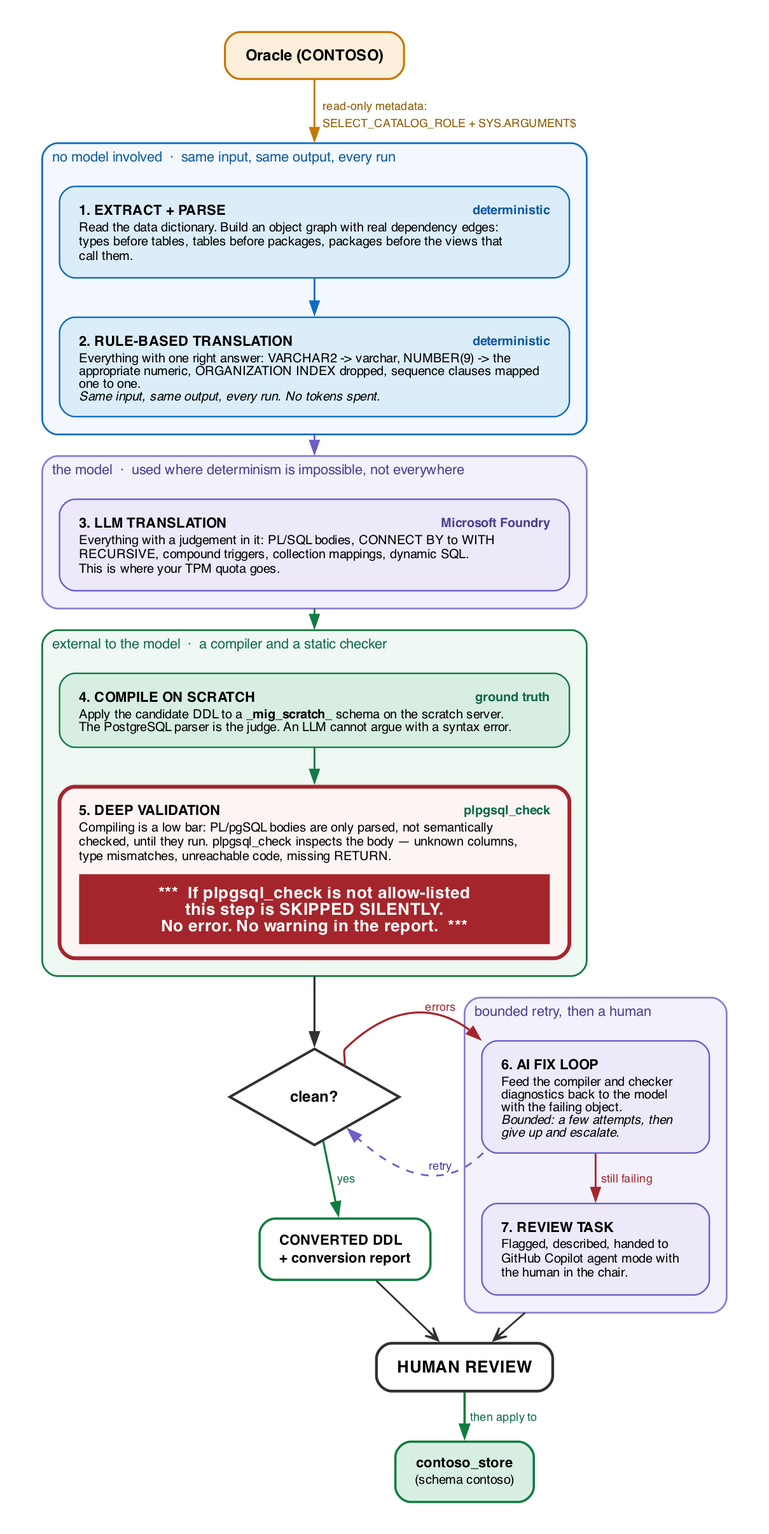
Earlier version of the Graphviz export docs/images/conversion-stages.png (kloba/oracle-to-postgres-migration-lab). Its source is kept beside it as docs/images/conversion-stages.dot.
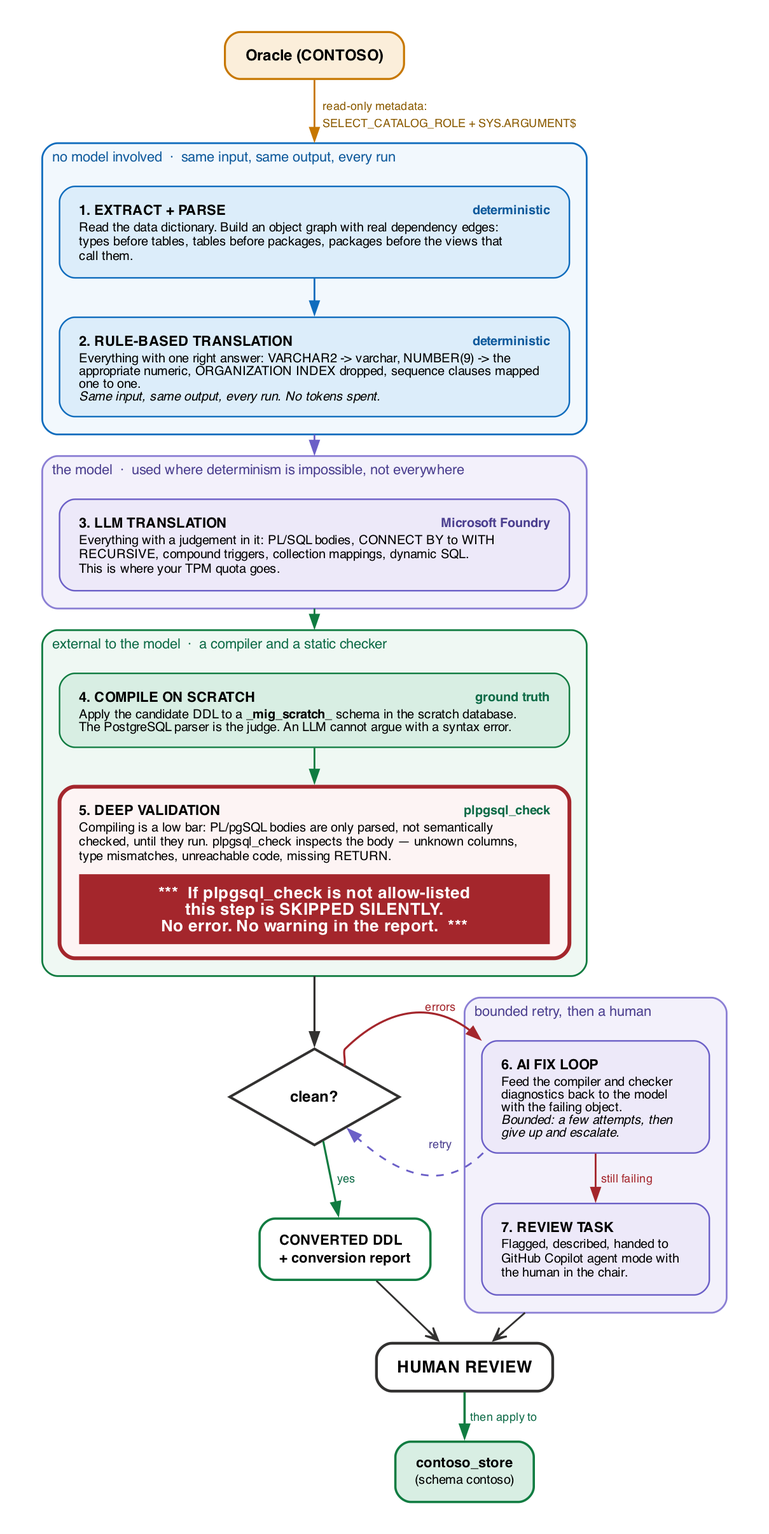
After the commit.

Commit message:
Stage 4 compiles in the scratch database, not on a scratch server

What changed in the source:
```diff
@@ -90,7 +90,7 @@
           <td align="left"><b>4. COMPILE ON SCRATCH</b></td>
           <td align="right"><font point-size="10" color="#0E6B47"><b>ground truth</b></font></td>
         </tr>
-        <tr><td colspan="2" align="left" balign="left"><font point-size="10">Apply the candidate DDL to a <b>_mig_scratch_</b> schema on the scratch server.<br/>The PostgreSQL parser is the judge. An LLM cannot argue with a syntax error.</font></td></tr>
+        <tr><td colspan="2" align="left" balign="left"><font point-size="10">Apply the candidate DDL to a <b>_mig_scratch_</b> schema in the scratch database.<br/>The PostgreSQL parser is the judge. An LLM cannot argue with a syntax error.</font></td></tr>
       </table>>];
 
     s5 [fillcolor="#FDF4F4" color="#A4262C" penwidth=3.0 label=<
@@ -168,7 +168,11 @@
 
   { rank = same; clean; s6; }
   clean:ne -> s6:nw [label="  errors  " fontcolor="#A4262C" color="#A4262C" penwidth=1.6];
-  s6:sw -> clean:se [label="  retry  " fontcolor="#4B3F8F" color="#6B5FC7" style=dashed penwidth=1.4 constraint=false];
+  s6:sw -> clean:se [fontcolor="#4B3F8F" color="#6B5FC7" style=dashed penwidth=1.4 constraint=false label=<
+    <table border="0" cellborder="0" cellspacing="0" cellpadding="0">
+      <tr><td>  retry  </td></tr>
+      <tr><td height="16"></td></tr>
+    </table>>];
 
   clean -> ddl [label="  yes  " fontcolor="#0E6B47" color="#107C41" penwidth=1.6];
   s6 -> s7 [label="  still failing  " fontcolor="#A4262C" color="#A4262C" penwidth=1.4];
```
